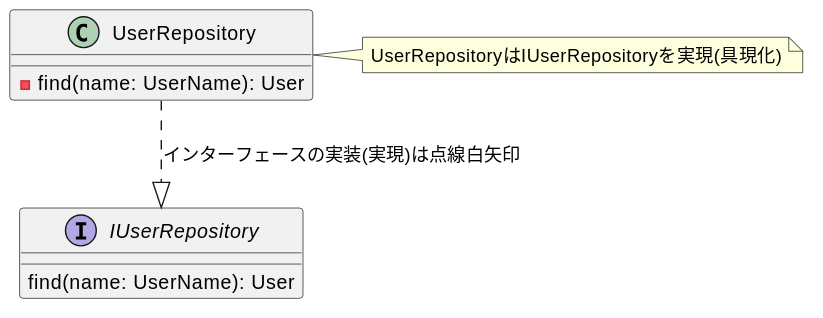
Above: diagrams/ch07-interface.svg in Yuki-TU/ddd (PlantUML), before the change. The source it was exported from:
```plantuml
@startuml
UserRepository ..|> IUserRepository: インターフェースの実装(実現)は点線白矢印
class UserRepository {
  - find(name: UserName): User
}
note right
UserRepositoryはIUserRepositoryを実現(具現化)
endnote

interface IUserRepository {
  find(name: UserName): User
}
@enduml
```
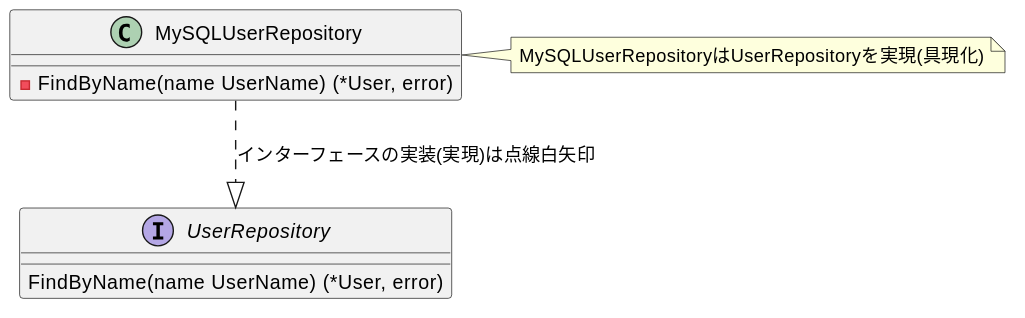
The same file after the commit.

Change to the diagram source:
```diff
@@ -1,13 +1,13 @@
 @startuml
-UserRepository ..|> IUserRepository: インターフェースの実装(実現)は点線白矢印
-class UserRepository {
-  - find(name: UserName): User
+MySQLUserRepository ..|> UserRepository: インターフェースの実装(実現)は点線白矢印
+class MySQLUserRepository {
+  - FindByName(name UserName) (*User, error)
 }
 note right
-UserRepositoryはIUserRepositoryを実現(具現化)
+MySQLUserRepositoryはUserRepositoryを実現(具現化)
 endnote
 
-interface IUserRepository {
-  find(name: UserName): User
+interface UserRepository {
+  FindByName(name UserName) (*User, error)
 }
 @enduml
```
